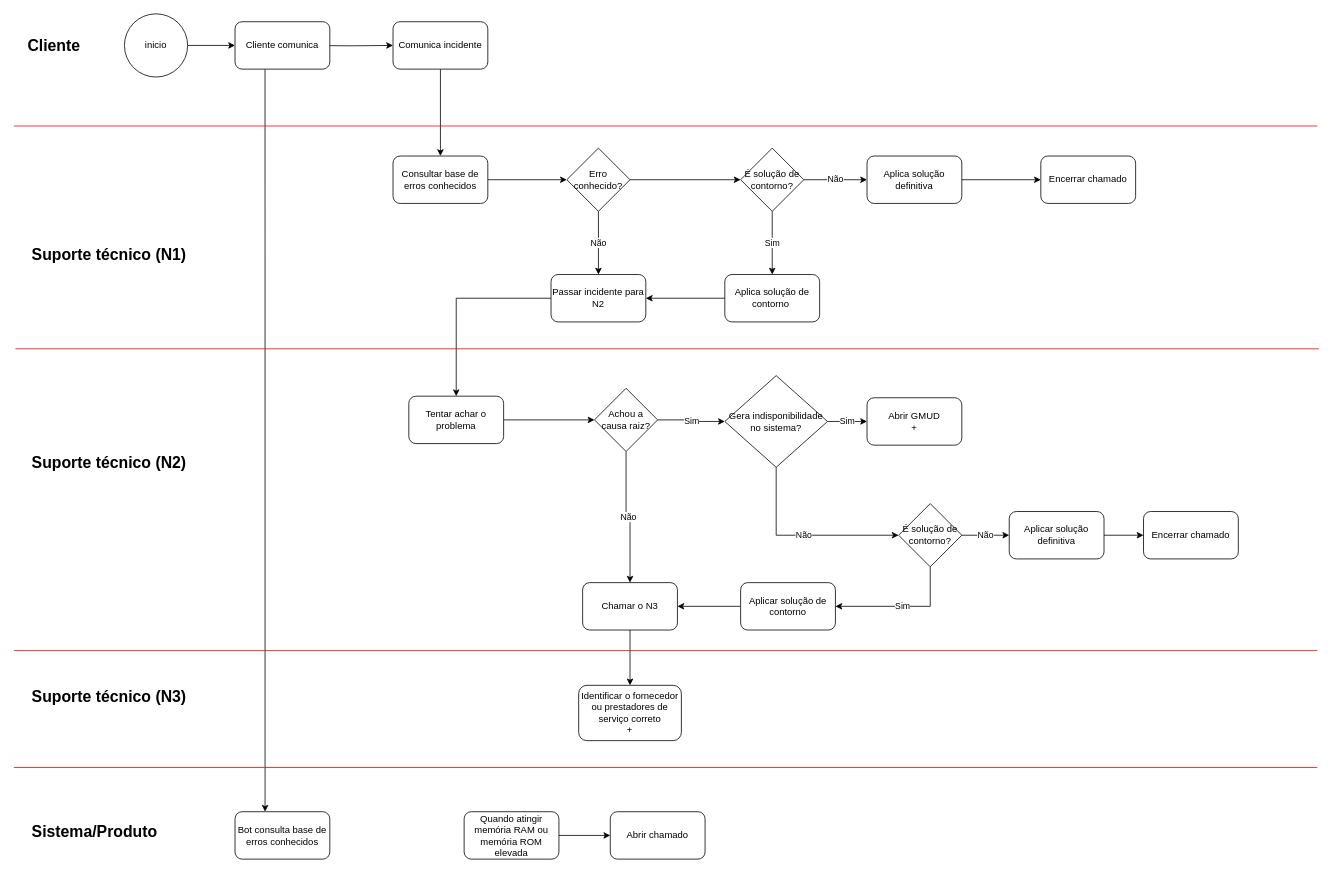
Earlier version of the draw.io diagram documentacao/Tecnologia da Informação/Help_desk/help_desk.drawio (BandTec/sdpiar). Source tidied: cells renumbered, new cells numbered last; positions are measured from the earlier drawing's top-left corner, leaving out a move shared by most shapes. Both pictures are drawn from the tidied source at 79%, with x=0, y=0 at pixel (13, 13).
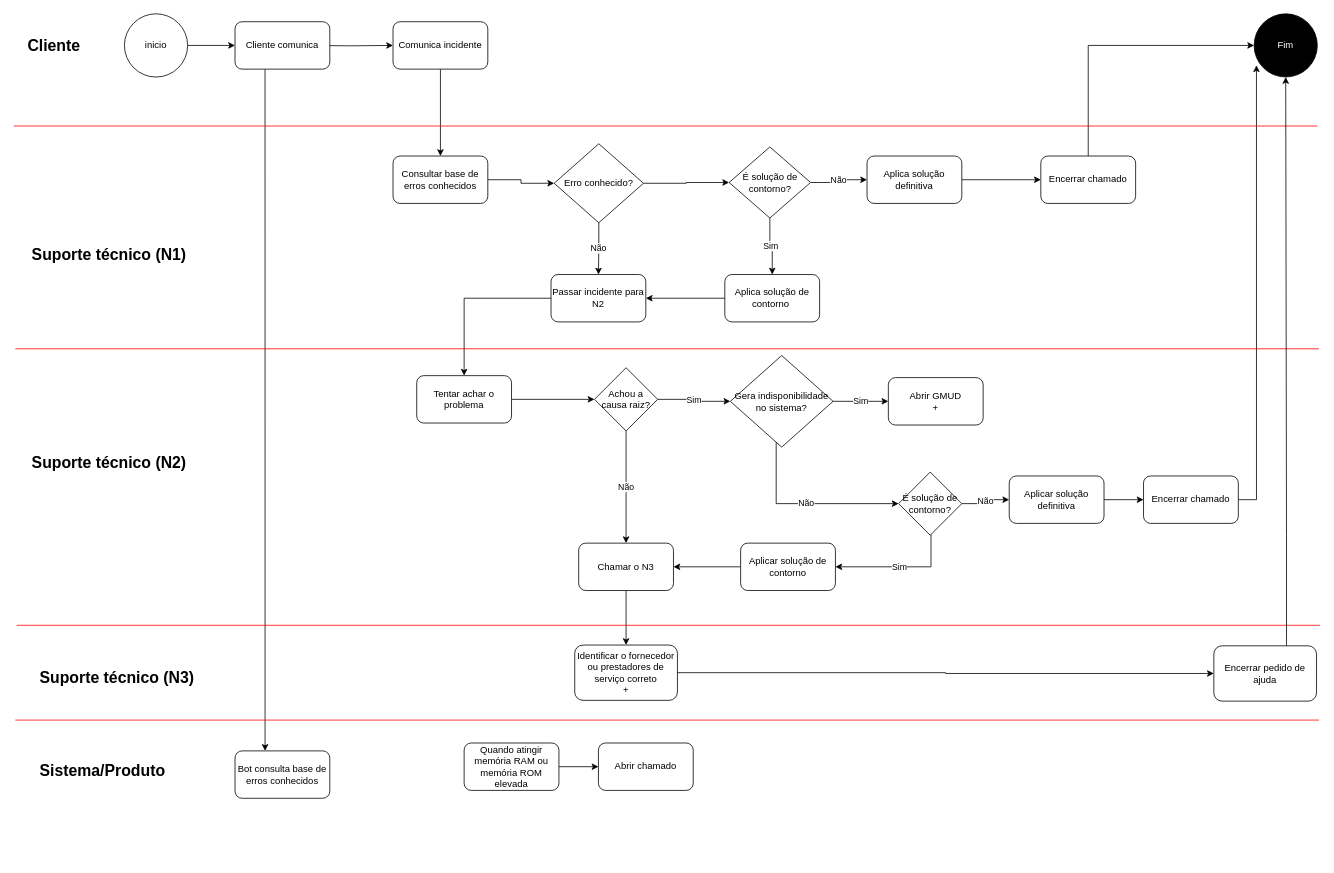
The same page after the edit.

Commit message (it also covers changes not shown here):
diagrama mais arrumado

Unchanged cells that the change refers to:
```xml
<mxCell id="48" value="Encerrar chamado" style="rounded=1;whiteSpace=wrap;html=1;" parent="1" vertex="1">
  <mxGeometry x="1300" y="180" width="120" height="60" as="geometry" />
</mxCell>
```

What changed in the source:
```diff
@@
     <mxCell id="13" value="Sistema/Produto" style="text;html=1;align=left;verticalAlign=top;spacingTop=-4;fontSize=20;fontStyle=1;" parent="1" vertex="1">
-      <mxGeometry x="20.5" y="1020" width="100" height="20" as="geometry" />
+      <mxGeometry x="30.5" y="943" width="100" height="20" as="geometry" />
     </mxCell>
@@
     <mxCell id="15" value="Suporte técnico (N3)" style="text;html=1;align=left;verticalAlign=top;spacingTop=-4;fontSize=20;fontStyle=1;" parent="1" vertex="1">
-      <mxGeometry x="20.5" y="850" width="130" height="20" as="geometry" />
+      <mxGeometry x="30.5" y="825" width="130" height="20" as="geometry" />
     </mxCell>
     <mxCell id="16" value="Bot consulta base de erros conhecidos" style="rounded=1;whiteSpace=wrap;html=1;" parent="1" vertex="1">
-      <mxGeometry x="280" y="1010" width="120" height="60" as="geometry" />
+      <mxGeometry x="280" y="933" width="120" height="60" as="geometry" />
     </mxCell>
@@
     <mxCell id="19" value="Erro conhecido?" style="rhombus;whiteSpace=wrap;html=1;" parent="1" vertex="1">
-      <mxGeometry x="700" y="170" width="80" height="80" as="geometry" />
+      <mxGeometry x="684" y="164.5" width="113" height="100" as="geometry" />
     </mxCell>
@@
     <mxCell id="25" value="Tentar achar o problema" style="rounded=1;whiteSpace=wrap;html=1;" parent="1" vertex="1">
-      <mxGeometry x="500" y="484" width="120" height="60" as="geometry" />
+      <mxGeometry x="510" y="458" width="120" height="60" as="geometry" />
     </mxCell>
@@
     <mxCell id="27" value="Não" style="edgeStyle=orthogonalEdgeStyle;rounded=0;jettySize=auto;html=1;entryX=0;entryY=0.5;entryDx=0;entryDy=0;" parent="1" edge="1" source="28" target="38">
       <mxGeometry relative="1" as="geometry">
         <Array as="points">
-          <mxPoint x="965" y="660" />
+          <mxPoint x="965" y="620" />
         </Array>
       </mxGeometry>
     </mxCell>
     <mxCell id="28" value="Gera indisponibilidade no sistema?" style="rhombus;whiteSpace=wrap;html=1;" parent="1" vertex="1">
-      <mxGeometry x="900" y="458" width="130" height="116" as="geometry" />
+      <mxGeometry x="907" y="432.5" width="130" height="116" as="geometry" />
     </mxCell>
     <mxCell id="29" value="Abrir GMUD&lt;br&gt;+&lt;br&gt;" style="rounded=1;whiteSpace=wrap;html=1;" parent="1" vertex="1">
-      <mxGeometry x="1080" y="486" width="120" height="60" as="geometry" />
+      <mxGeometry x="1107" y="460.5" width="120" height="60" as="geometry" />
     </mxCell>
@@
     <mxCell id="32" value="Achou a causa raiz?" style="rhombus;whiteSpace=wrap;html=1;" parent="1" vertex="1">
-      <mxGeometry x="735" y="474" width="80" height="80" as="geometry" />
+      <mxGeometry x="735" y="448" width="80" height="80" as="geometry" />
     </mxCell>
@@
     <mxCell id="34" value="Chamar o N3" style="rounded=1;whiteSpace=wrap;html=1;" parent="1" vertex="1">
-      <mxGeometry x="720" y="720" width="120" height="60" as="geometry" />
+      <mxGeometry x="715" y="670" width="120" height="60" as="geometry" />
     </mxCell>
+    <mxCell id="57" style="edgeStyle=orthogonalEdgeStyle;rounded=0;jettySize=auto;html=1;entryX=0;entryY=0.5;entryDx=0;entryDy=0;fontColor=#FFFFFF;" parent="1" edge="1" source="35" target="62">
+      <mxGeometry relative="1" as="geometry" />
+    </mxCell>
     <mxCell id="35" value="&lt;span&gt;Identificar o fornecedor ou prestadores de serviço correto&lt;br&gt;+&lt;br&gt;&lt;/span&gt;" style="rounded=1;whiteSpace=wrap;html=1;" parent="1" vertex="1">
-      <mxGeometry x="715" y="850" width="130" height="70" as="geometry" />
+      <mxGeometry x="710" y="799" width="130" height="70" as="geometry" />
     </mxCell>
@@
     <mxCell id="37" value="Sim" style="edgeStyle=orthogonalEdgeStyle;rounded=0;jettySize=auto;html=1;entryX=1;entryY=0.5;entryDx=0;entryDy=0;" parent="1" edge="1" source="38" target="40">
       <mxGeometry relative="1" as="geometry">
         <Array as="points">
-          <mxPoint x="1160" y="750" />
+          <mxPoint x="1161" y="700" />
         </Array>
       </mxGeometry>
     </mxCell>
     <mxCell id="38" value="É solução de contorno?" style="rhombus;whiteSpace=wrap;html=1;" parent="1" vertex="1">
-      <mxGeometry x="1120" y="620" width="80" height="80" as="geometry" />
+      <mxGeometry x="1120" y="580" width="80" height="80" as="geometry" />
     </mxCell>
@@
     <mxCell id="40" value="Aplicar solução de contorno" style="rounded=1;whiteSpace=wrap;html=1;" parent="1" vertex="1">
-      <mxGeometry x="920" y="720" width="120" height="60" as="geometry" />
+      <mxGeometry x="920" y="670" width="120" height="60" as="geometry" />
     </mxCell>
@@
     <mxCell id="42" value="Aplicar solução definitiva" style="rounded=1;whiteSpace=wrap;html=1;" parent="1" vertex="1">
-      <mxGeometry x="1260" y="630" width="120" height="60" as="geometry" />
+      <mxGeometry x="1260" y="585" width="120" height="60" as="geometry" />
     </mxCell>
@@
     <mxCell id="47" value="É solução de contorno?" style="rhombus;whiteSpace=wrap;html=1;" parent="1" vertex="1">
-      <mxGeometry x="920" y="170" width="80" height="80" as="geometry" />
+      <mxGeometry x="905.5" y="168.5" width="103" height="90" as="geometry" />
     </mxCell>
+    <mxCell id="58" style="edgeStyle=orthogonalEdgeStyle;rounded=0;jettySize=auto;html=1;entryX=0;entryY=0.5;entryDx=0;entryDy=0;fontColor=#FFFFFF;" parent="1" edge="1" source="48" target="60">
+      <mxGeometry relative="1" as="geometry">
+        <Array as="points">
+          <mxPoint x="1360" y="40" />
+        </Array>
+      </mxGeometry>
+    </mxCell>
@@
+    <mxCell id="59" style="edgeStyle=orthogonalEdgeStyle;rounded=0;jettySize=auto;html=1;entryX=0.037;entryY=0.814;entryDx=0;entryDy=0;entryPerimeter=0;fontColor=#FFFFFF;" parent="1" edge="1" source="49" target="60">
+      <mxGeometry relative="1" as="geometry" />
+    </mxCell>
     <mxCell id="49" value="Encerrar chamado" style="rounded=1;whiteSpace=wrap;html=1;" parent="1" vertex="1">
-      <mxGeometry x="1430" y="630" width="120" height="60" as="geometry" />
+      <mxGeometry x="1430" y="585" width="120" height="60" as="geometry" />
     </mxCell>
@@
     <mxCell id="51" value="Quando atingir memória RAM ou memória ROM elevada" style="rounded=1;whiteSpace=wrap;html=1;" parent="1" vertex="1">
-      <mxGeometry x="570" y="1010" width="120" height="60" as="geometry" />
+      <mxGeometry x="570" y="923" width="120" height="60" as="geometry" />
     </mxCell>
     <mxCell id="52" value="Abrir chamado" style="rounded=1;whiteSpace=wrap;html=1;" parent="1" vertex="1">
-      <mxGeometry x="755" y="1010" width="120" height="60" as="geometry" />
+      <mxGeometry x="740" y="923" width="120" height="60" as="geometry" />
     </mxCell>
@@
     <mxCell id="55" style="line;strokeWidth=1;fillColor=none;align=left;verticalAlign=middle;spacingTop=-1;spacingLeft=3;spacingRight=3;labelPosition=right;fontSize=12;strokeColor=#FF0000;" parent="1" vertex="1">
-      <mxGeometry y="802" width="1650" height="8" as="geometry" />
+      <mxGeometry x="3.5" y="770" width="1650" height="8" as="geometry" />
     </mxCell>
     <mxCell id="56" style="line;strokeWidth=1;fillColor=none;align=left;verticalAlign=middle;spacingTop=-1;spacingLeft=3;spacingRight=3;labelPosition=right;fontSize=12;strokeColor=#FF0000;" parent="1" vertex="1">
-      <mxGeometry y="950" width="1650" height="8" as="geometry" />
+      <mxGeometry x="2" y="890" width="1650" height="8" as="geometry" />
     </mxCell>
+    <mxCell id="60" value="Fim&lt;br&gt;" style="ellipse;whiteSpace=wrap;html=1;fillColor=#000000;fontColor=#FFFFFF;" parent="1" vertex="1">
+      <mxGeometry x="1570" width="80" height="80" as="geometry" />
+    </mxCell>
+    <mxCell id="61" style="edgeStyle=orthogonalEdgeStyle;rounded=0;jettySize=auto;html=1;entryX=0.5;entryY=1;entryDx=0;entryDy=0;fontColor=#FFFFFF;" parent="1" edge="1" source="62" target="60">
+      <mxGeometry relative="1" as="geometry">
+        <Array as="points">
+          <mxPoint x="1611" y="660" />
+          <mxPoint x="1611" y="660" />
+        </Array>
+      </mxGeometry>
+    </mxCell>
+    <mxCell id="62" value="Encerrar pedido de ajuda" style="rounded=1;whiteSpace=wrap;html=1;" parent="1" vertex="1">
+      <mxGeometry x="1519" y="800" width="130" height="70" as="geometry" />
+    </mxCell>
```
